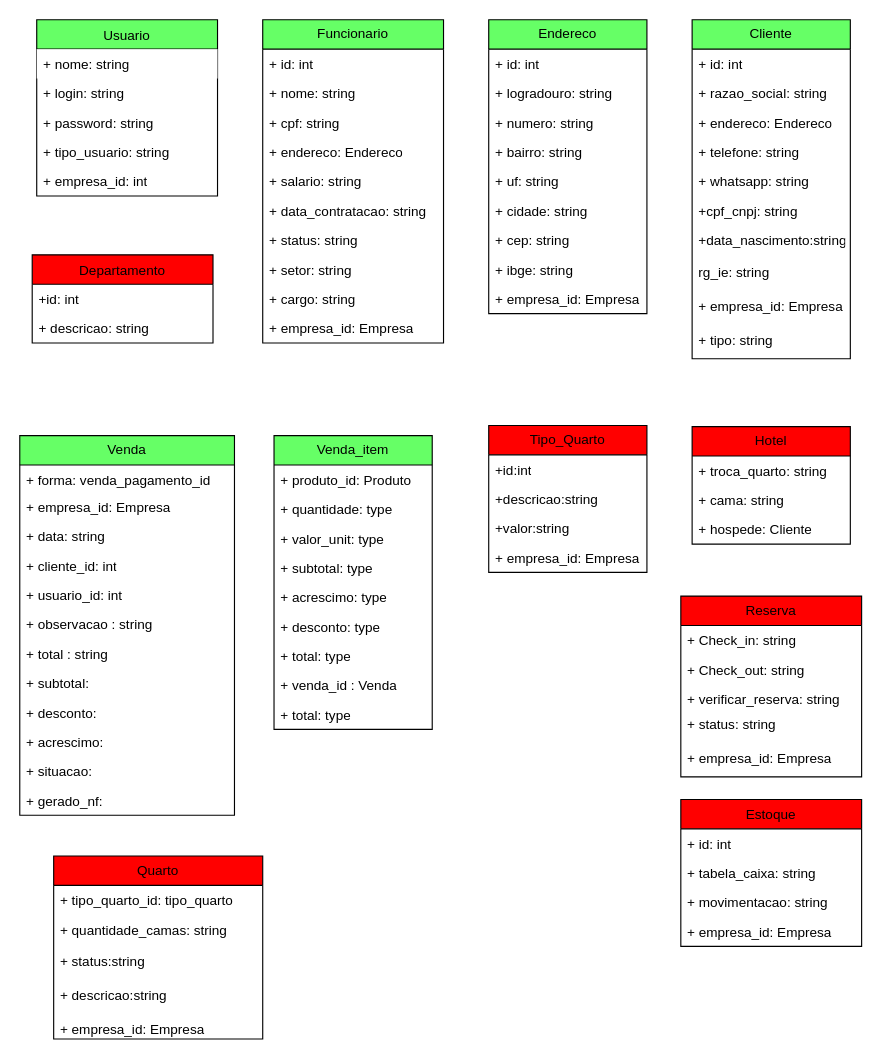
This is page "Geral" (1 of 5) of Tabelas.drawio from FSOFTSistemas/lago_sao_francisco, a draw.io file, before an edit. Source tidied: cells renumbered, new cells numbered last; positions are measured from the earlier drawing's top-left corner, leaving out a move shared by most shapes. Both pictures are drawn from the tidied source at 113%, with x=0, y=0 at pixel (19, 19).
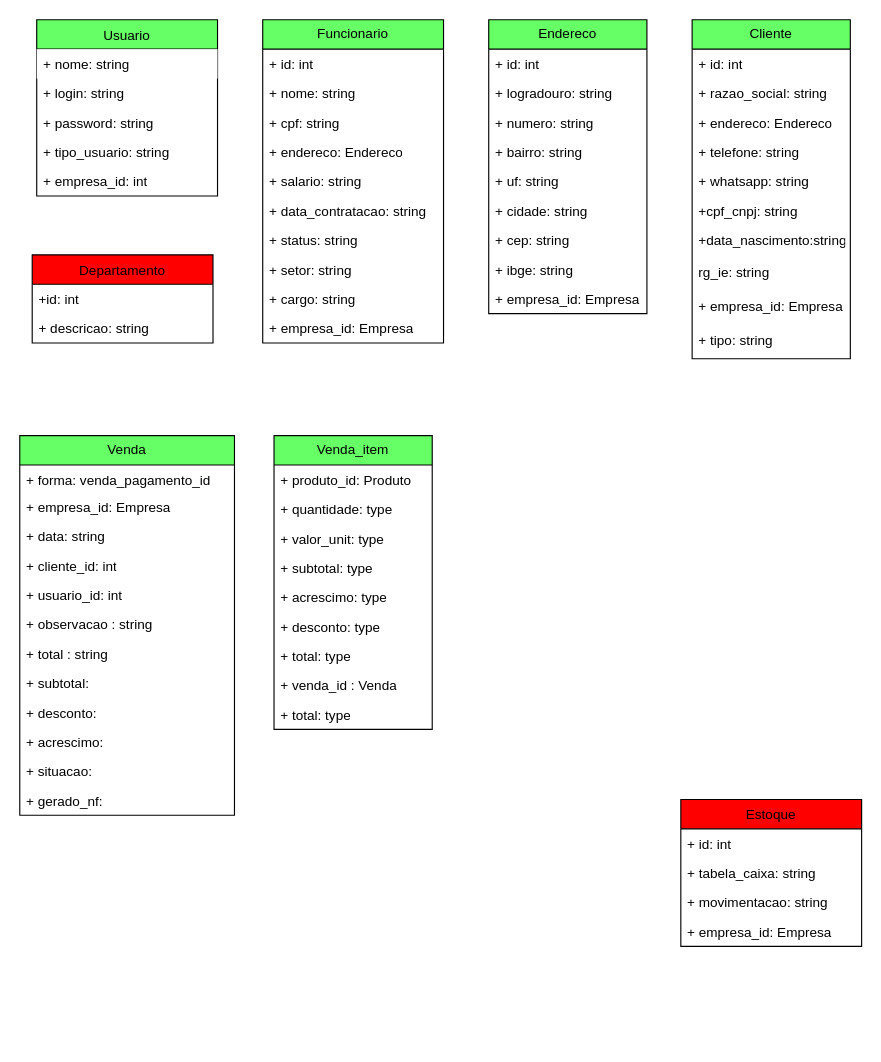
After the change.

What changed in the source:
```diff
@@
-    <mxCell id="37" value="Hotel" style="swimlane;fontStyle=0;horizontal=1;startSize=26;fillColor=#FF0000;whiteSpace=wrap;html=1;" parent="1" vertex="1">
-      <mxGeometry x="595" y="360" width="140" height="104" as="geometry" />
-    </mxCell>
-    <mxCell id="38" value="+ troca_quarto: string" style="text;strokeColor=none;fillColor=none;align=left;verticalAlign=top;spacingLeft=4;spacingRight=4;overflow=hidden;whiteSpace=wrap;html=1;" parent="37" vertex="1">
-      <mxGeometry y="26" width="140" height="26" as="geometry" />
-    </mxCell>
-    <mxCell id="39" value="+ cama: string" style="text;strokeColor=none;fillColor=none;align=left;verticalAlign=top;spacingLeft=4;spacingRight=4;overflow=hidden;whiteSpace=wrap;html=1;" parent="37" vertex="1">
-      <mxGeometry y="52" width="140" height="26" as="geometry" />
-    </mxCell>
-    <mxCell id="40" value="+ hospede: Cliente" style="text;strokeColor=none;fillColor=none;align=left;verticalAlign=top;spacingLeft=4;spacingRight=4;overflow=hidden;whiteSpace=wrap;html=1;" parent="37" vertex="1">
-      <mxGeometry y="78" width="140" height="26" as="geometry" />
-    </mxCell>
-    <mxCell id="41" value="Quarto" style="swimlane;fontStyle=0;horizontal=1;startSize=26;fillColor=#FF0000;whiteSpace=wrap;html=1;" parent="1" vertex="1">
-      <mxGeometry x="30" y="740" width="185" height="162" as="geometry" />
-    </mxCell>
-    <mxCell id="42" value="+ tipo_quarto_id: tipo_quarto" style="text;strokeColor=none;fillColor=none;align=left;verticalAlign=top;spacingLeft=4;spacingRight=4;overflow=hidden;whiteSpace=wrap;html=1;" parent="41" vertex="1">
-      <mxGeometry y="26" width="185" height="26" as="geometry" />
-    </mxCell>
-    <mxCell id="43" value="+ quantidade_camas: string" style="text;strokeColor=none;fillColor=none;align=left;verticalAlign=top;spacingLeft=4;spacingRight=4;overflow=hidden;whiteSpace=wrap;html=1;" parent="41" vertex="1">
-      <mxGeometry y="52" width="185" height="28" as="geometry" />
-    </mxCell>
-    <mxCell id="44" value="&lt;div&gt;+ status:string&lt;/div&gt;&lt;div&gt;&lt;br&gt;&lt;/div&gt;" style="text;strokeColor=none;fillColor=none;align=left;verticalAlign=top;spacingLeft=4;spacingRight=4;overflow=hidden;whiteSpace=wrap;html=1;" parent="41" vertex="1">
-      <mxGeometry y="80" width="185" height="30" as="geometry" />
-    </mxCell>
-    <mxCell id="45" value="+ descricao:string" style="text;strokeColor=none;fillColor=none;align=left;verticalAlign=top;spacingLeft=4;spacingRight=4;overflow=hidden;whiteSpace=wrap;html=1;" parent="41" vertex="1">
-      <mxGeometry y="110" width="185" height="30" as="geometry" />
-    </mxCell>
-    <mxCell id="46" value="+ empresa_id: Empresa" style="text;strokeColor=none;fillColor=none;align=left;verticalAlign=top;spacingLeft=4;spacingRight=4;overflow=hidden;whiteSpace=wrap;html=1;" parent="41" vertex="1">
-      <mxGeometry y="140" width="185" height="22" as="geometry" />
-    </mxCell>
-    <mxCell id="47" value="Reserva" style="swimlane;fontStyle=0;horizontal=1;startSize=26;fillColor=#FF0000;whiteSpace=wrap;html=1;" parent="1" vertex="1">
-      <mxGeometry x="585" y="510" width="160" height="160" as="geometry" />
-    </mxCell>
-    <mxCell id="48" value="+ Check_in: string" style="text;strokeColor=none;fillColor=none;align=left;verticalAlign=top;spacingLeft=4;spacingRight=4;overflow=hidden;whiteSpace=wrap;html=1;" parent="47" vertex="1">
-      <mxGeometry y="26" width="160" height="26" as="geometry" />
-    </mxCell>
-    <mxCell id="49" value="+ Check_out: string" style="text;strokeColor=none;fillColor=none;align=left;verticalAlign=top;spacingLeft=4;spacingRight=4;overflow=hidden;whiteSpace=wrap;html=1;" parent="47" vertex="1">
-      <mxGeometry y="52" width="160" height="26" as="geometry" />
-    </mxCell>
-    <mxCell id="50" value="+ verificar_reserva: string" style="text;strokeColor=none;fillColor=none;align=left;verticalAlign=top;spacingLeft=4;spacingRight=4;overflow=hidden;whiteSpace=wrap;html=1;" parent="47" vertex="1">
-      <mxGeometry y="78" width="160" height="22" as="geometry" />
-    </mxCell>
-    <mxCell id="51" value="+ status: string" style="text;strokeColor=none;fillColor=none;align=left;verticalAlign=top;spacingLeft=4;spacingRight=4;overflow=hidden;whiteSpace=wrap;html=1;" parent="47" vertex="1">
-      <mxGeometry y="100" width="160" height="30" as="geometry" />
-    </mxCell>
-    <mxCell id="52" value="+ empresa_id: Empresa" style="text;strokeColor=none;fillColor=none;align=left;verticalAlign=top;spacingLeft=4;spacingRight=4;overflow=hidden;whiteSpace=wrap;html=1;" parent="47" vertex="1">
-      <mxGeometry y="130" width="160" height="30" as="geometry" />
-    </mxCell>
@@
-    <mxCell id="77" value="Tipo_Quarto" style="swimlane;fontStyle=0;horizontal=1;startSize=26;fillColor=#FF0000;whiteSpace=wrap;html=1;" parent="1" vertex="1">
-      <mxGeometry x="415" y="359" width="140" height="130" as="geometry" />
-    </mxCell>
-    <mxCell id="78" value="+id:int" style="text;strokeColor=none;fillColor=none;align=left;verticalAlign=top;spacingLeft=4;spacingRight=4;overflow=hidden;whiteSpace=wrap;html=1;" parent="77" vertex="1">
-      <mxGeometry y="26" width="140" height="26" as="geometry" />
-    </mxCell>
-    <mxCell id="79" value="+descricao:string" style="text;strokeColor=none;fillColor=none;align=left;verticalAlign=top;spacingLeft=4;spacingRight=4;overflow=hidden;whiteSpace=wrap;html=1;" parent="77" vertex="1">
-      <mxGeometry y="52" width="140" height="26" as="geometry" />
-    </mxCell>
-    <mxCell id="80" value="+valor:string" style="text;strokeColor=none;fillColor=none;align=left;verticalAlign=top;spacingLeft=4;spacingRight=4;overflow=hidden;whiteSpace=wrap;html=1;" parent="77" vertex="1">
-      <mxGeometry y="78" width="140" height="26" as="geometry" />
-    </mxCell>
-    <mxCell id="81" value="+ empresa_id: Empresa" style="text;strokeColor=none;fillColor=none;align=left;verticalAlign=top;spacingLeft=4;spacingRight=4;overflow=hidden;whiteSpace=wrap;html=1;" parent="77" vertex="1">
-      <mxGeometry y="104" width="140" height="26" as="geometry" />
-    </mxCell>
```
